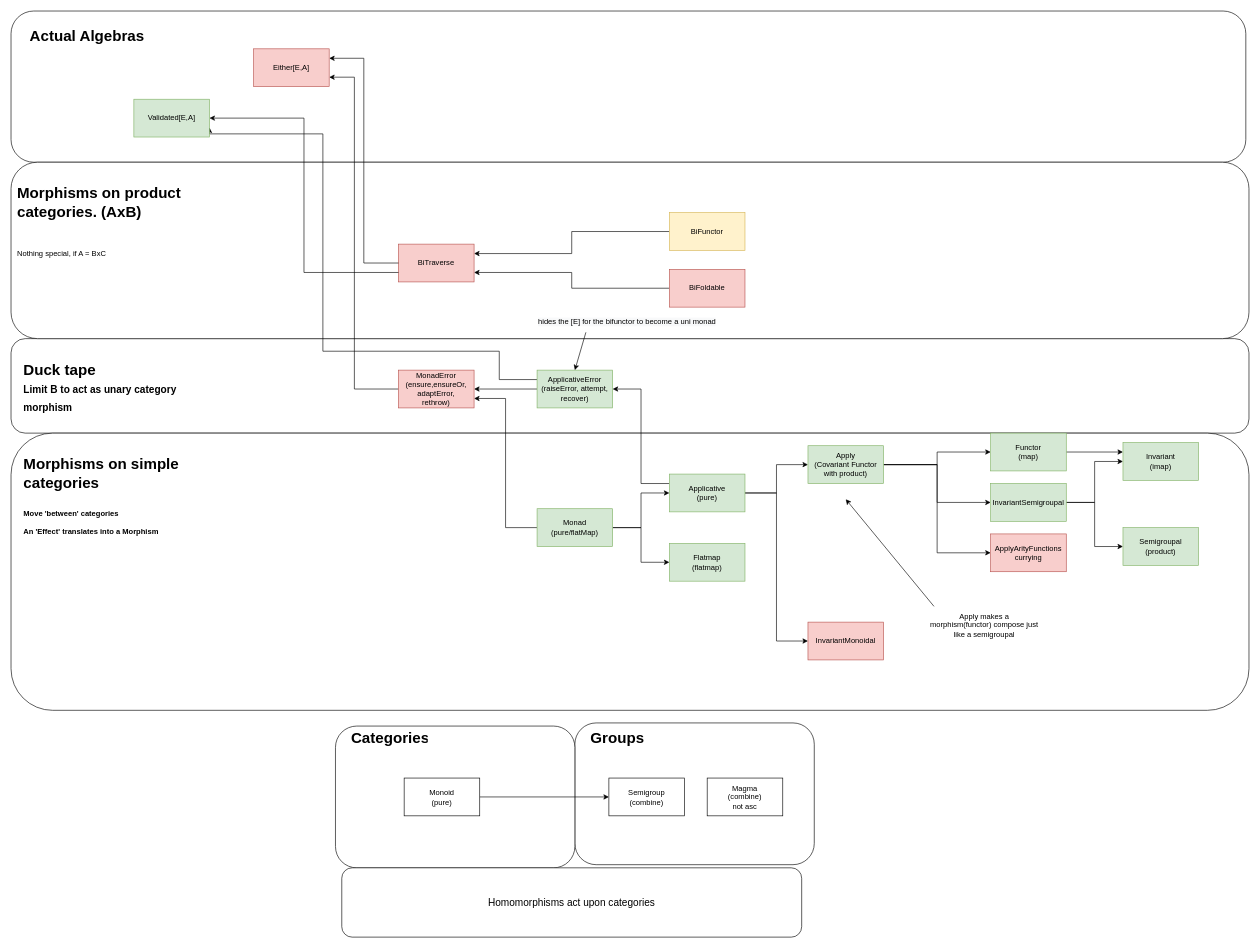
The draw.io diagram page "Initial Big Picture" (1 of 2) of diagram.drawio in noReasonException/my-cats, before the edit. Source tidied: cells renumbered, new cells numbered last; positions are measured from the earlier drawing's top-left corner, leaving out a move shared by most shapes. Both pictures are drawn from the tidied source at 63%, with x=0, y=0 at pixel (11, 11).
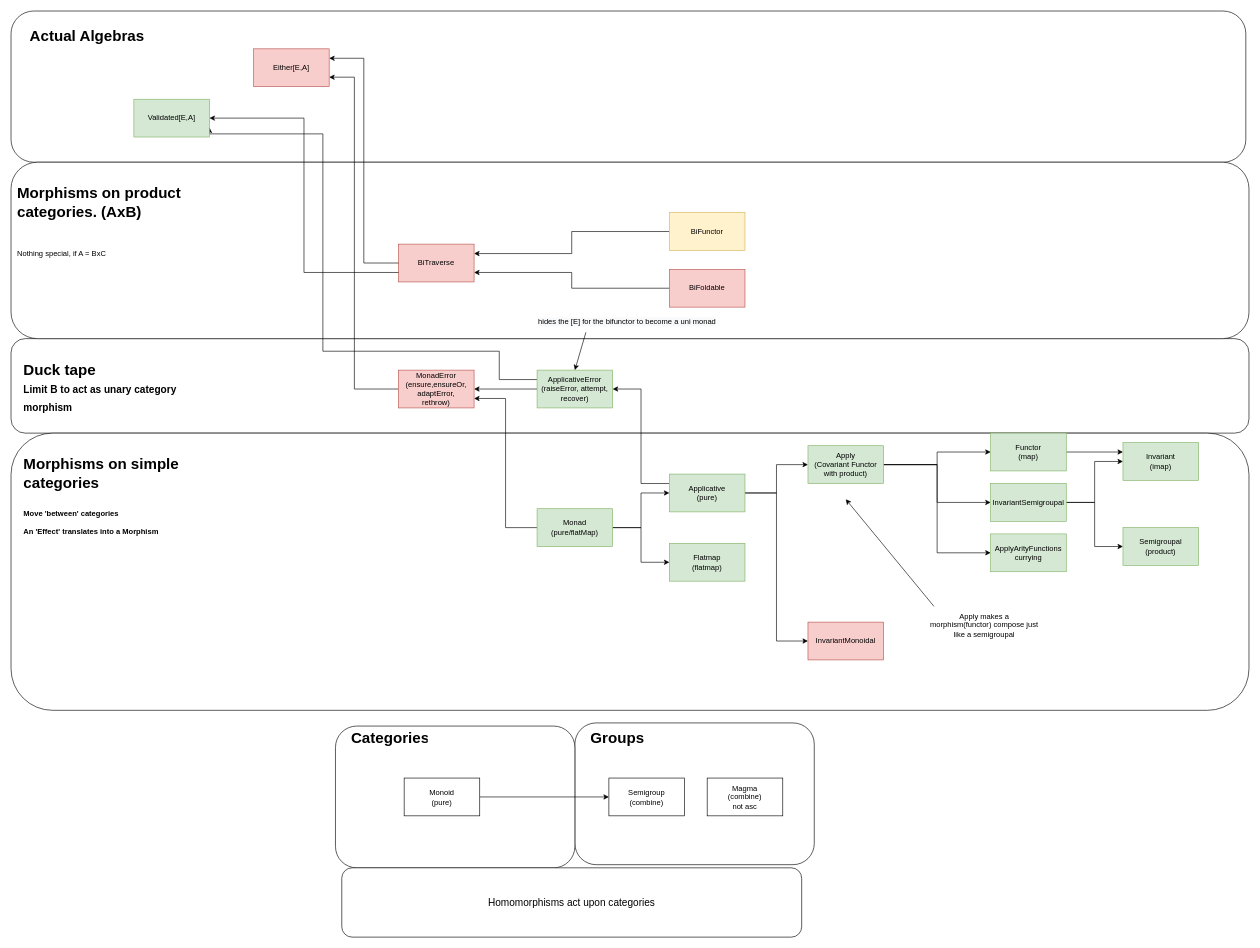
The same diagram, later.

Diff of the diagram source:
```diff
@@
-    <mxCell id="34" value="ApplyArityFunctions&lt;br&gt;currying" style="rounded=0;whiteSpace=wrap;html=1;fillColor=#f8cecc;strokeColor=#b85450;" parent="1" vertex="1">
+    <mxCell id="34" value="ApplyArityFunctions&lt;br&gt;currying" style="rounded=0;whiteSpace=wrap;html=1;fillColor=#d5e8d4;strokeColor=#82b366;" parent="1" vertex="1">
       <mxGeometry x="1555" y="830" width="120" height="60" as="geometry" />
     </mxCell>
```
